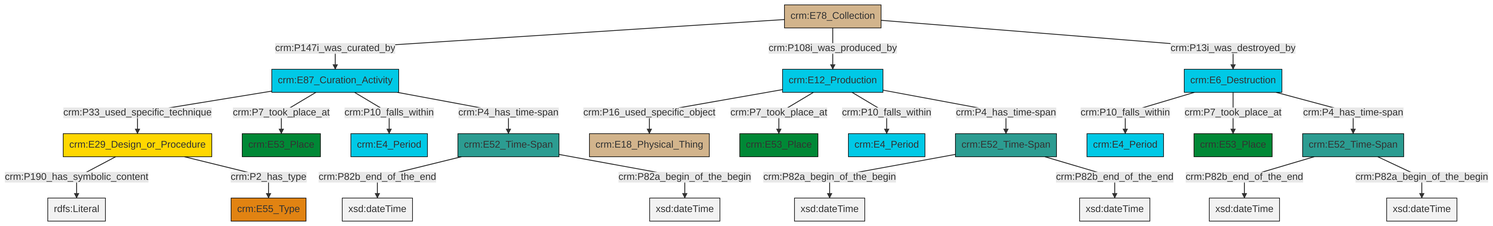
Above: et/archivalCSV/ttl/mmd/png/archival_existence.png in swiss-art-research-net/docs.swissartresearch (Mermaid), before the change. Its source is kept beside it as et/archivalCSV/ttl/mmd/archival_existence.ttl.mmd.
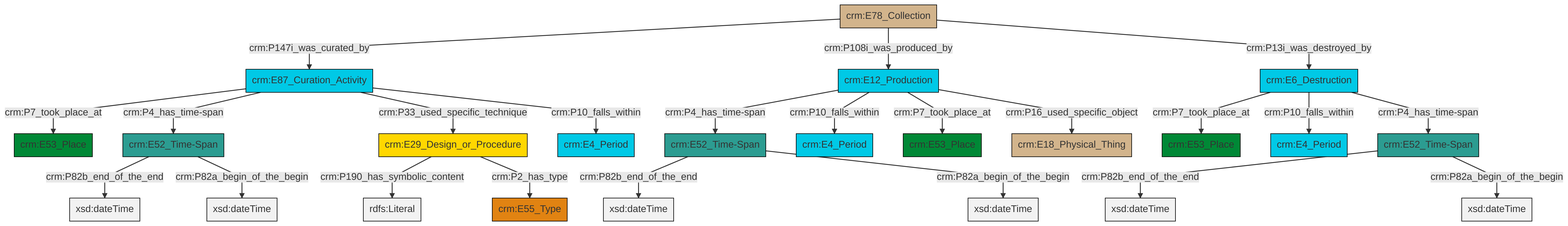
After the change.

Diff of the diagram source:
```diff
@@ -13,25 +13,25 @@
 classDef PC_Classes fill:#4ce600, stroke:#000000;
 classDef Multi fill:#cccccc,stroke:#000000;
 
-0["crm:E87_Curation_Activity"]:::Temporal_Entity -->|crm:P33_used_specific_technique| 1["crm:E29_Design_or_Procedure"]:::Conceptual_Object
+0["crm:E87_Curation_Activity"]:::Temporal_Entity -->|crm:P7_took_place_at| 1["crm:E53_Place"]:::Place
 4["crm:E52_Time-Span"]:::Time-Span -->|crm:P82b_end_of_the_end| 5[xsd:dateTime]:::Literal
-6["crm:E52_Time-Span"]:::Time-Span -->|crm:P82a_begin_of_the_begin| 7[xsd:dateTime]:::Literal
-10["crm:E78_Collection"]:::Physical_Thing -->|crm:P147i_was_curated_by| 0["crm:E87_Curation_Activity"]:::Temporal_Entity
-1["crm:E29_Design_or_Procedure"]:::Conceptual_Object -->|crm:P190_has_symbolic_content| 11[rdfs:Literal]:::Literal
-4["crm:E52_Time-Span"]:::Time-Span -->|crm:P82a_begin_of_the_begin| 12[xsd:dateTime]:::Literal
-0["crm:E87_Curation_Activity"]:::Temporal_Entity -->|crm:P7_took_place_at| 14["crm:E53_Place"]:::Place
-10["crm:E78_Collection"]:::Physical_Thing -->|crm:P108i_was_produced_by| 19["crm:E12_Production"]:::Temporal_Entity
-8["crm:E6_Destruction"]:::Temporal_Entity -->|crm:P10_falls_within| 2["crm:E4_Period"]:::Temporal_Entity
-21["crm:E52_Time-Span"]:::Time-Span -->|crm:P82b_end_of_the_end| 22[xsd:dateTime]:::Literal
-8["crm:E6_Destruction"]:::Temporal_Entity -->|crm:P7_took_place_at| 23["crm:E53_Place"]:::Place
-0["crm:E87_Curation_Activity"]:::Temporal_Entity -->|crm:P10_falls_within| 15["crm:E4_Period"]:::Temporal_Entity
-19["crm:E12_Production"]:::Temporal_Entity -->|crm:P16_used_specific_object| 25["crm:E18_Physical_Thing"]:::Physical_Thing
-1["crm:E29_Design_or_Procedure"]:::Conceptual_Object -->|crm:P2_has_type| 17["crm:E55_Type"]:::Type
-19["crm:E12_Production"]:::Temporal_Entity -->|crm:P7_took_place_at| 28["crm:E53_Place"]:::Place
-0["crm:E87_Curation_Activity"]:::Temporal_Entity -->|crm:P4_has_time-span| 4["crm:E52_Time-Span"]:::Time-Span
-21["crm:E52_Time-Span"]:::Time-Span -->|crm:P82a_begin_of_the_begin| 31[xsd:dateTime]:::Literal
-19["crm:E12_Production"]:::Temporal_Entity -->|crm:P10_falls_within| 26["crm:E4_Period"]:::Temporal_Entity
-8["crm:E6_Destruction"]:::Temporal_Entity -->|crm:P4_has_time-span| 21["crm:E52_Time-Span"]:::Time-Span
-10["crm:E78_Collection"]:::Physical_Thing -->|crm:P13i_was_destroyed_by| 8["crm:E6_Destruction"]:::Temporal_Entity
-6["crm:E52_Time-Span"]:::Time-Span -->|crm:P82b_end_of_the_end| 36[xsd:dateTime]:::Literal
-19["crm:E12_Production"]:::Temporal_Entity -->|crm:P4_has_time-span| 6["crm:E52_Time-Span"]:::Time-Span
+0["crm:E87_Curation_Activity"]:::Temporal_Entity -->|crm:P4_has_time-span| 6["crm:E52_Time-Span"]:::Time-Span
+10["crm:E6_Destruction"]:::Temporal_Entity -->|crm:P7_took_place_at| 11["crm:E53_Place"]:::Place
+12["crm:E12_Production"]:::Temporal_Entity -->|crm:P4_has_time-span| 13["crm:E52_Time-Span"]:::Time-Span
+14["crm:E78_Collection"]:::Physical_Thing -->|crm:P147i_was_curated_by| 0["crm:E87_Curation_Activity"]:::Temporal_Entity
+14["crm:E78_Collection"]:::Physical_Thing -->|crm:P108i_was_produced_by| 12["crm:E12_Production"]:::Temporal_Entity
+12["crm:E12_Production"]:::Temporal_Entity -->|crm:P10_falls_within| 2["crm:E4_Period"]:::Temporal_Entity
+18["crm:E29_Design_or_Procedure"]:::Conceptual_Object -->|crm:P190_has_symbolic_content| 19[rdfs:Literal]:::Literal
+12["crm:E12_Production"]:::Temporal_Entity -->|crm:P7_took_place_at| 16["crm:E53_Place"]:::Place
+14["crm:E78_Collection"]:::Physical_Thing -->|crm:P13i_was_destroyed_by| 10["crm:E6_Destruction"]:::Temporal_Entity
+13["crm:E52_Time-Span"]:::Time-Span -->|crm:P82b_end_of_the_end| 23[xsd:dateTime]:::Literal
+6["crm:E52_Time-Span"]:::Time-Span -->|crm:P82b_end_of_the_end| 24[xsd:dateTime]:::Literal
+13["crm:E52_Time-Span"]:::Time-Span -->|crm:P82a_begin_of_the_begin| 25[xsd:dateTime]:::Literal
+6["crm:E52_Time-Span"]:::Time-Span -->|crm:P82a_begin_of_the_begin| 26[xsd:dateTime]:::Literal
+12["crm:E12_Production"]:::Temporal_Entity -->|crm:P16_used_specific_object| 27["crm:E18_Physical_Thing"]:::Physical_Thing
+0["crm:E87_Curation_Activity"]:::Temporal_Entity -->|crm:P33_used_specific_technique| 18["crm:E29_Design_or_Procedure"]:::Conceptual_Object
+10["crm:E6_Destruction"]:::Temporal_Entity -->|crm:P10_falls_within| 20["crm:E4_Period"]:::Temporal_Entity
+18["crm:E29_Design_or_Procedure"]:::Conceptual_Object -->|crm:P2_has_type| 7["crm:E55_Type"]:::Type
+10["crm:E6_Destruction"]:::Temporal_Entity -->|crm:P4_has_time-span| 4["crm:E52_Time-Span"]:::Time-Span
+4["crm:E52_Time-Span"]:::Time-Span -->|crm:P82a_begin_of_the_begin| 38[xsd:dateTime]:::Literal
+0["crm:E87_Curation_Activity"]:::Temporal_Entity -->|crm:P10_falls_within| 34["crm:E4_Period"]:::Temporal_Entity
```
